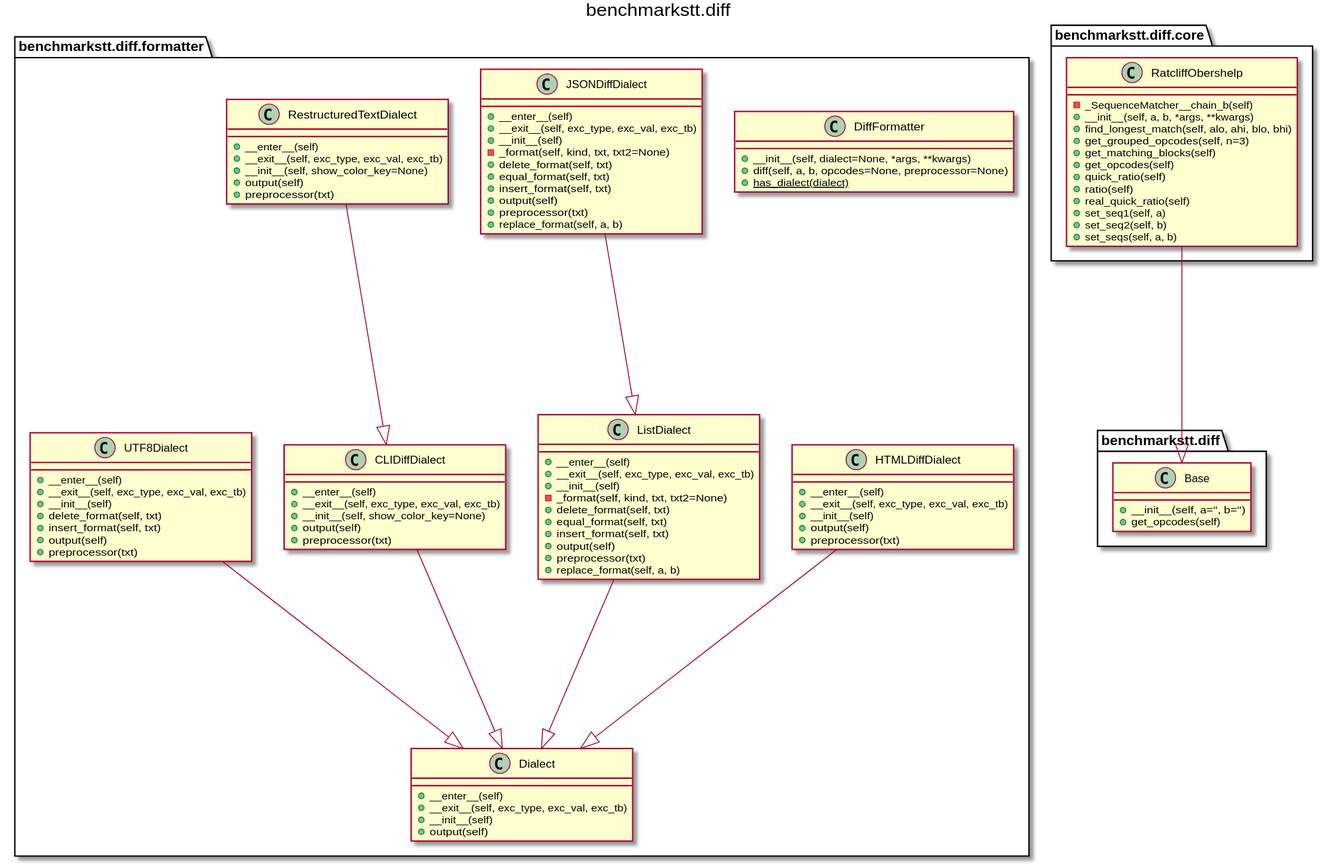
Above: docs/_static/uml/benchmarkstt.diff.svg in ebu/benchmarkstt (PlantUML), before the change.
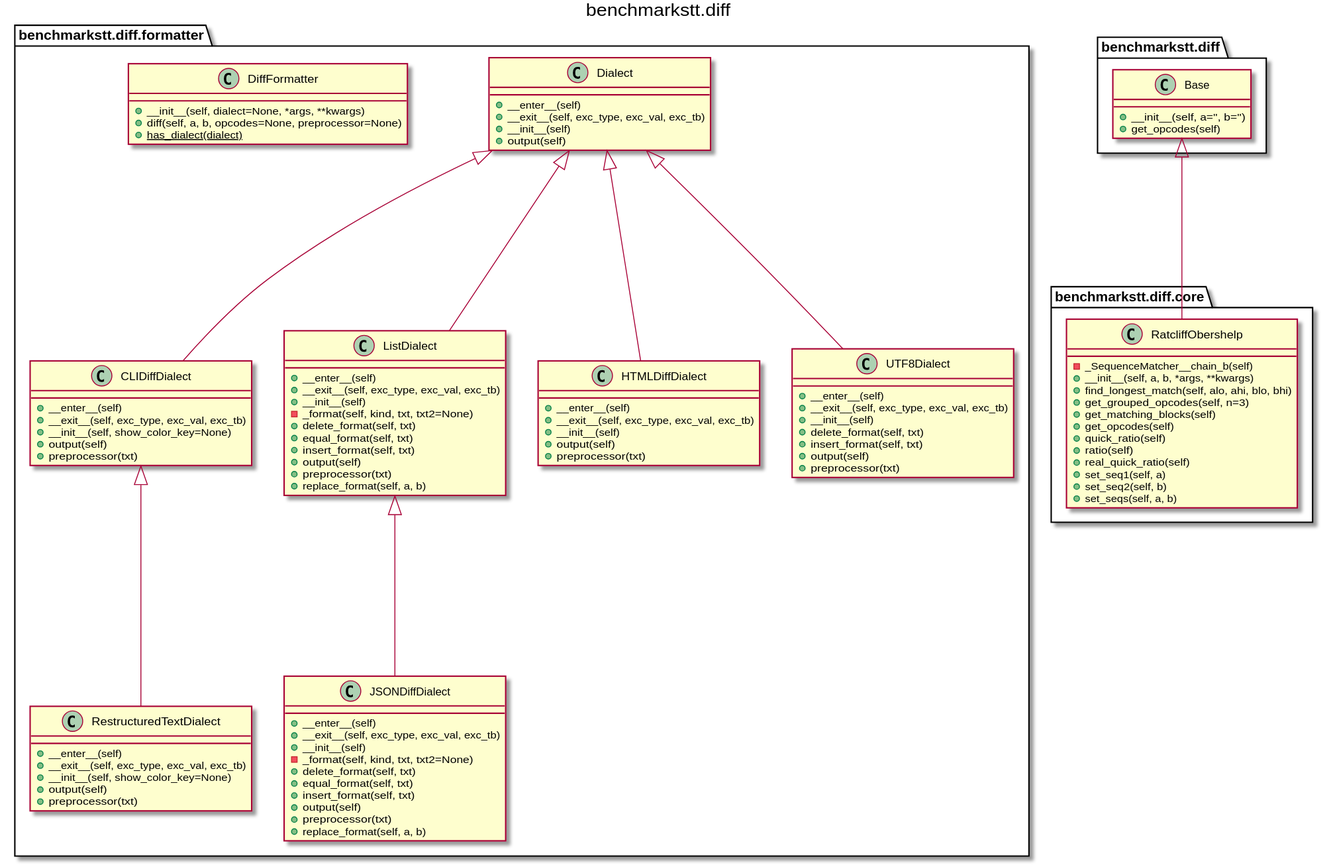
Above is the later version.

Change to the diagram source:
```diff
@@ -1,111 +1,132 @@
 @startuml
+
 title benchmarkstt.diff
 
 package benchmarkstt.diff.formatter {
 
 	class benchmarkstt.diff.formatter.CLIDiffDialect [[https://benchmarkstt.readthedocs.io/en/latest/modules/benchmarkstt.diff.formatter.html#benchmarkstt.diff.formatter.CLIDiffDialect]] {
-	+__enter__(self)
-	+__exit__(self, exc_type, exc_val, exc_tb)
-	+__init__(self, show_color_key=None)
-	+output(self)
-	+preprocessor(txt)
+		+__enter__(self)
+		+__exit__(self, exc_type, exc_val, exc_tb)
+		+__init__(self, show_color_key=None)
+		+output(self)
+		+preprocessor(txt)
 	}
 
+
 	class benchmarkstt.diff.formatter.Dialect [[https://benchmarkstt.readthedocs.io/en/latest/modules/benchmarkstt.diff.formatter.html#benchmarkstt.diff.formatter.Dialect]] {
-	+__enter__(self)
-	+__exit__(self, exc_type, exc_val, exc_tb)
-	+__init__(self)
-	+output(self)
+		+__enter__(self)
+		+__exit__(self, exc_type, exc_val, exc_tb)
+		+__init__(self)
+		+output(self)
 	}
 
+
 	class benchmarkstt.diff.formatter.DiffFormatter [[https://benchmarkstt.readthedocs.io/en/latest/modules/benchmarkstt.diff.formatter.html#benchmarkstt.diff.formatter.DiffFormatter]] {
-	+__init__(self, dialect=None, *args, **kwargs)
-	+diff(self, a, b, opcodes=None, preprocessor=None)
-	{static} +has_dialect(dialect)
+		+__init__(self, dialect=None, *args, **kwargs)
+		+diff(self, a, b, opcodes=None, preprocessor=None)
+		{static} +has_dialect(dialect)
 	}
 
+
 	class benchmarkstt.diff.formatter.HTMLDiffDialect [[https://benchmarkstt.readthedocs.io/en/latest/modules/benchmarkstt.diff.formatter.html#benchmarkstt.diff.formatter.HTMLDiffDialect]] {
-	+__enter__(self)
-	+__exit__(self, exc_type, exc_val, exc_tb)
-	+__init__(self)
-	+output(self)
-	+preprocessor(txt)
+		+__enter__(self)
+		+__exit__(self, exc_type, exc_val, exc_tb)
+		+__init__(self)
+		+output(self)
+		+preprocessor(txt)
 	}
 
+
 	class benchmarkstt.diff.formatter.JSONDiffDialect [[https://benchmarkstt.readthedocs.io/en/latest/modules/benchmarkstt.diff.formatter.html#benchmarkstt.diff.formatter.JSONDiffDialect]] {
-	+__enter__(self)
-	+__exit__(self, exc_type, exc_val, exc_tb)
-	+__init__(self)
-	-_format(self, kind, txt, txt2=None)
-	+delete_format(self, txt)
-	+equal_format(self, txt)
-	+insert_format(self, txt)
-	+output(self)
-	+preprocessor(txt)
-	+replace_format(self, a, b)
+		+__enter__(self)
+		+__exit__(self, exc_type, exc_val, exc_tb)
+		+__init__(self)
+		-_format(self, kind, txt, txt2=None)
+		+delete_format(self, txt)
+		+equal_format(self, txt)
+		+insert_format(self, txt)
+		+output(self)
+		+preprocessor(txt)
+		+replace_format(self, a, b)
 	}
 
+
 	class benchmarkstt.diff.formatter.ListDialect [[https://benchmarkstt.readthedocs.io/en/latest/modules/benchmarkstt.diff.formatter.html#benchmarkstt.diff.formatter.ListDialect]] {
-	+__enter__(self)
-	+__exit__(self, exc_type, exc_val, exc_tb)
-	+__init__(self)
-	-_format(self, kind, txt, txt2=None)
-	+delete_format(self, txt)
-	+equal_format(self, txt)
-	+insert_format(self, txt)
-	+output(self)
-	+preprocessor(txt)
-	+replace_format(self, a, b)
+		+__enter__(self)
+		+__exit__(self, exc_type, exc_val, exc_tb)
+		+__init__(self)
+		-_format(self, kind, txt, txt2=None)
+		+delete_format(self, txt)
+		+equal_format(self, txt)
+		+insert_format(self, txt)
+		+output(self)
+		+preprocessor(txt)
+		+replace_format(self, a, b)
 	}
 
+
+
 	class benchmarkstt.diff.formatter.RestructuredTextDialect [[https://benchmarkstt.readthedocs.io/en/latest/modules/benchmarkstt.diff.formatter.html#benchmarkstt.diff.formatter.RestructuredTextDialect]] {
-	+__enter__(self)
-	+__exit__(self, exc_type, exc_val, exc_tb)
-	+__init__(self, show_color_key=None)
-	+output(self)
-	+preprocessor(txt)
+		+__enter__(self)
+		+__exit__(self, exc_type, exc_val, exc_tb)
+		+__init__(self, show_color_key=None)
+		+output(self)
+		+preprocessor(txt)
 	}
 
+
+
+
 	class benchmarkstt.diff.formatter.UTF8Dialect [[https://benchmarkstt.readthedocs.io/en/latest/modules/benchmarkstt.diff.formatter.html#benchmarkstt.diff.formatter.UTF8Dialect]] {
-	+__enter__(self)
-	+__exit__(self, exc_type, exc_val, exc_tb)
-	+__init__(self)
-	+delete_format(self, txt)
-	+insert_format(self, txt)
-	+output(self)
-	+preprocessor(txt)
+		+__enter__(self)
+		+__exit__(self, exc_type, exc_val, exc_tb)
+		+__init__(self)
+		+delete_format(self, txt)
+		+insert_format(self, txt)
+		+output(self)
+		+preprocessor(txt)
 	}
+
 }
+
 package benchmarkstt.diff {
 
 	class benchmarkstt.diff.Base [[https://benchmarkstt.readthedocs.io/en/latest/modules/benchmarkstt.diff.html#benchmarkstt.diff.Base]] {
-	+__init__(self, a='', b='')
-	+get_opcodes(self)
+		+__init__(self, a='', b='')
+		+get_opcodes(self)
 	}
+
+
 }
+
 package benchmarkstt.diff.core {
 
+
 	class benchmarkstt.diff.core.RatcliffObershelp [[https://benchmarkstt.readthedocs.io/en/latest/modules/benchmarkstt.diff.core.html#benchmarkstt.diff.core.RatcliffObershelp]] {
-	-_SequenceMatcher__chain_b(self)
-	+__init__(self, a, b, *args, **kwargs)
-	+find_longest_match(self, alo, ahi, blo, bhi)
-	+get_grouped_opcodes(self, n=3)
-	+get_matching_blocks(self)
-	+get_opcodes(self)
-	+quick_ratio(self)
-	+ratio(self)
-	+real_quick_ratio(self)
-	+set_seq1(self, a)
-	+set_seq2(self, b)
-	+set_seqs(self, a, b)
+		-_SequenceMatcher__chain_b(self)
+		+__init__(self, a, b, *args, **kwargs)
+		+find_longest_match(self, alo, ahi, blo, bhi)
+		+get_grouped_opcodes(self, n=3)
+		+get_matching_blocks(self)
+		+get_opcodes(self)
+		+quick_ratio(self)
+		+ratio(self)
+		+real_quick_ratio(self)
+		+set_seq1(self, a)
+		+set_seq2(self, b)
+		+set_seqs(self, a, b)
 	}
+
+
 }
 
-benchmarkstt.diff.formatter.CLIDiffDialect ----|> benchmarkstt.diff.formatter.Dialect
-benchmarkstt.diff.formatter.HTMLDiffDialect ----|> benchmarkstt.diff.formatter.Dialect
-benchmarkstt.diff.formatter.JSONDiffDialect ----|> benchmarkstt.diff.formatter.ListDialect
-benchmarkstt.diff.formatter.ListDialect ----|> benchmarkstt.diff.formatter.Dialect
-benchmarkstt.diff.formatter.RestructuredTextDialect ----|> benchmarkstt.diff.formatter.CLIDiffDialect
-benchmarkstt.diff.formatter.UTF8Dialect ----|> benchmarkstt.diff.formatter.Dialect
-benchmarkstt.diff.core.RatcliffObershelp ----|> benchmarkstt.diff.Base
+
+benchmarkstt.diff.formatter.CLIDiffDialect --up--|> benchmarkstt.diff.formatter.Dialect
+benchmarkstt.diff.formatter.HTMLDiffDialect --up--|> benchmarkstt.diff.formatter.Dialect
+benchmarkstt.diff.formatter.JSONDiffDialect --up--|> benchmarkstt.diff.formatter.ListDialect
+benchmarkstt.diff.formatter.ListDialect --up--|> benchmarkstt.diff.formatter.Dialect
+benchmarkstt.diff.formatter.RestructuredTextDialect --up--|> benchmarkstt.diff.formatter.CLIDiffDialect
+benchmarkstt.diff.formatter.UTF8Dialect --up--|> benchmarkstt.diff.formatter.Dialect
+benchmarkstt.diff.core.RatcliffObershelp --up--|> benchmarkstt.diff.Base
+
 @enduml
```
